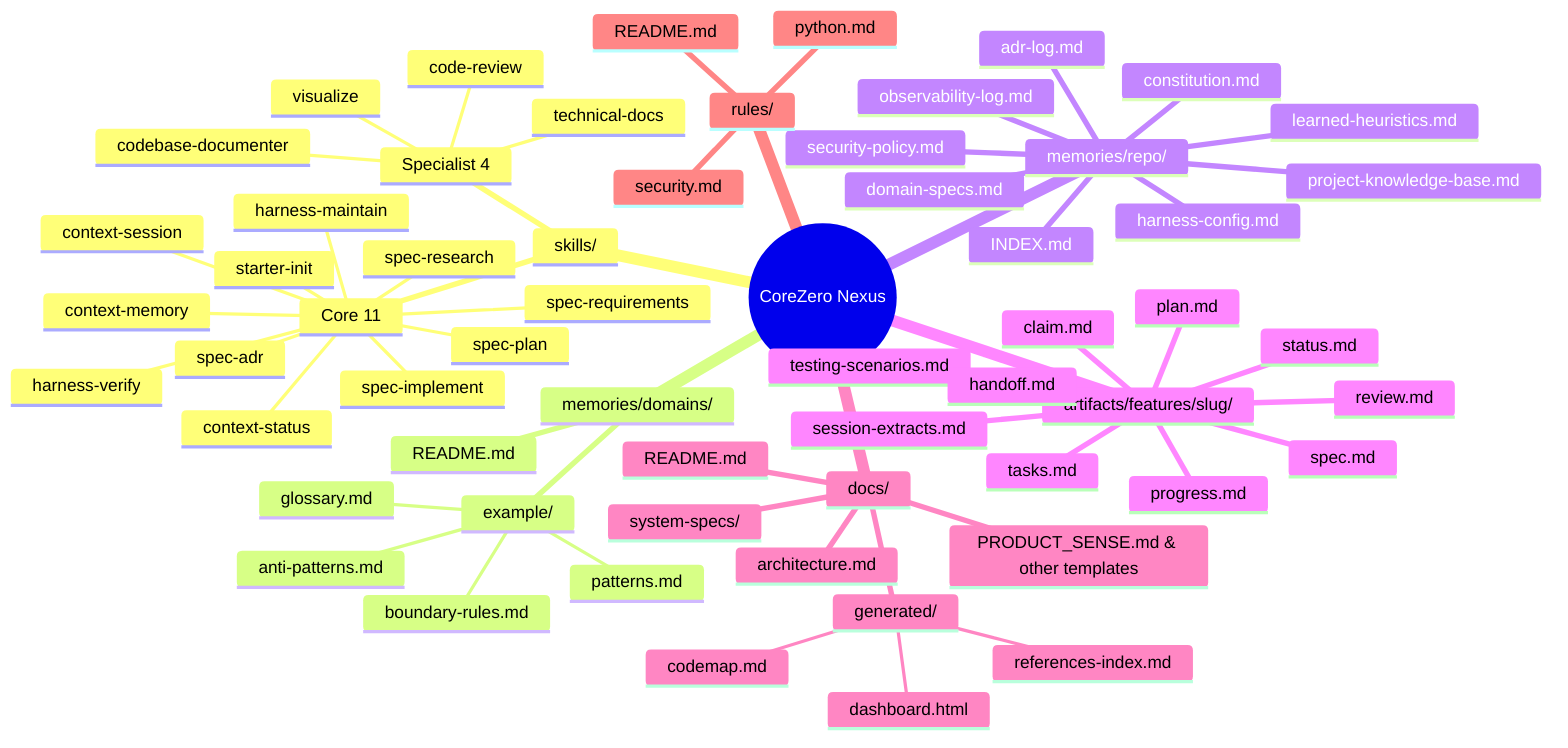
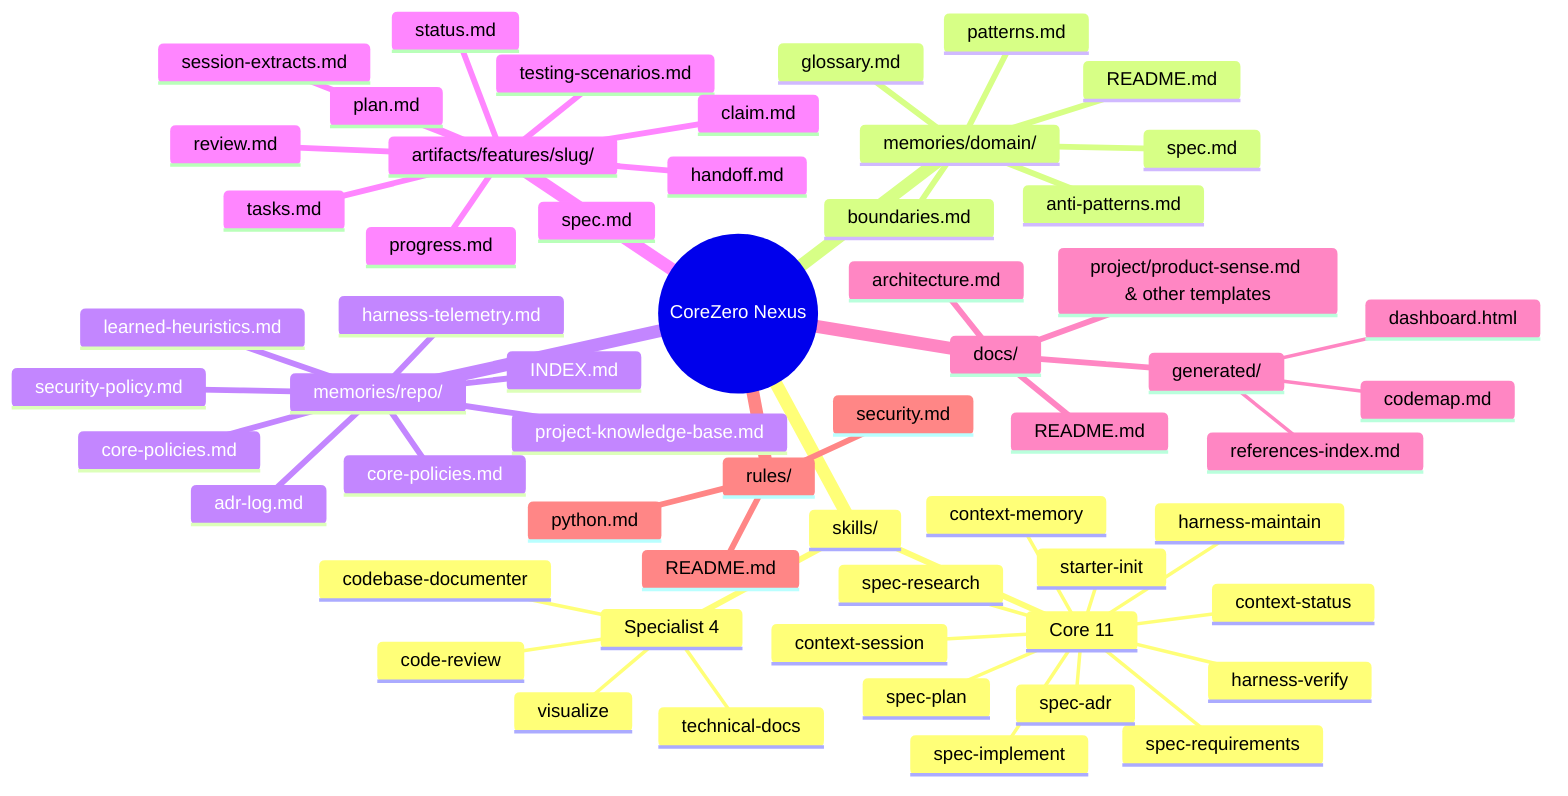
mindmap
  root((CoreZero Nexus))
    skills/
      Core 11
        starter-init
        context-session
        context-status
        context-memory
        spec-research
        spec-requirements
        spec-adr
        spec-plan
        spec-implement
        harness-verify
        harness-maintain
      Specialist 4
        code-review
        visualize
        technical-docs
        codebase-documenter
-     memories/domains/
+     memories/domain/
      README.md
-       example/
-         glossary.md
-         patterns.md
-         anti-patterns.md
-         boundary-rules.md
+       glossary.md
+       patterns.md
+       anti-patterns.md
+       boundaries.md
+       spec.md
    memories/repo/
      INDEX.md
-       constitution.md
+       core-policies.md
      security-policy.md
-       harness-config.md
+       core-policies.md
      project-knowledge-base.md
-       domain-specs.md
      learned-heuristics.md
-       observability-log.md
+       harness-telemetry.md
      adr-log.md
    artifacts/features/slug/
      status.md
      spec.md
      plan.md
      tasks.md
      review.md
      testing-scenarios.md
      handoff.md
      progress.md
      claim.md
      session-extracts.md
    docs/
      README.md
      architecture.md
-       PRODUCT_SENSE.md & other templates
-       system-specs/
+       project/product-sense.md & other templates
      generated/
        codemap.md
        dashboard.html
        references-index.md
    rules/
      README.md
      python.md
      security.md
